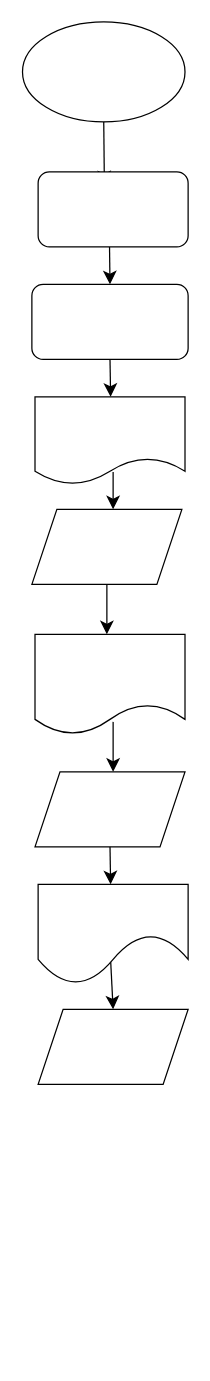
Viridianaaaaaaa/3erasdeMeto keeps this draw.io diagram as Diagrama sin título.drawio. Above is the earlier version. Source tidied: cells renumbered, new cells numbered last; positions are measured from the earlier drawing's top-left corner, leaving out a move shared by most shapes. Both pictures are drawn from the tidied source at 125%, with x=0, y=0 at pixel (22, 21).
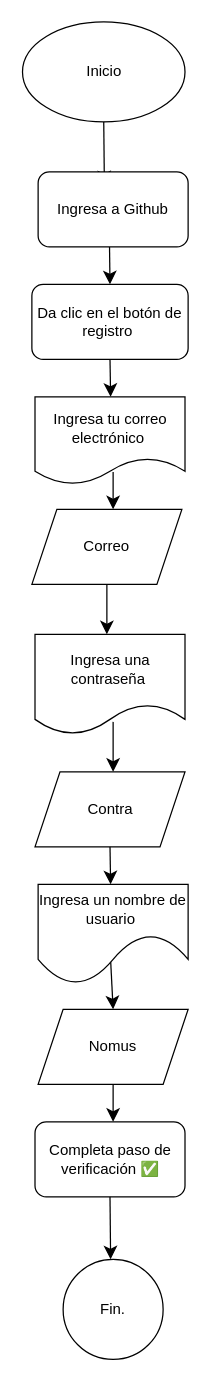
Above is the later version.

Diff of the diagram source:
```diff
@@
-    <mxCell id="2" style="ellipse;whiteSpace=wrap;html=1;" parent="1" vertex="1">
+    <mxCell id="2" value="Inicio" style="ellipse;whiteSpace=wrap;html=1;" parent="1" vertex="1">
       <mxGeometry x="-0.5" width="130" height="80" as="geometry" />
     </mxCell>
@@
-    <mxCell id="4" style="rounded=1;whiteSpace=wrap;html=1;" parent="1" vertex="1">
+    <mxCell id="4" value="Da clic en el botón de registro&amp;nbsp;" style="rounded=1;whiteSpace=wrap;html=1;" parent="1" vertex="1">
       <mxGeometry x="7" y="210" width="125" height="60" as="geometry" />
     </mxCell>
@@
-    <mxCell id="6" style="shape=document;whiteSpace=wrap;html=1;boundedLbl=1;" parent="1" vertex="1">
+    <mxCell id="6" value="Ingresa tu correo electrónico&amp;nbsp;" style="shape=document;whiteSpace=wrap;html=1;boundedLbl=1;" parent="1" vertex="1">
       <mxGeometry x="9.5" y="300" width="120" height="70" as="geometry" />
     </mxCell>
@@
-    <mxCell id="8" style="shape=parallelogram;perimeter=parallelogramPerimeter;whiteSpace=wrap;html=1;fixedSize=1;" parent="1" vertex="1">
+    <mxCell id="8" value="Correo" style="shape=parallelogram;perimeter=parallelogramPerimeter;whiteSpace=wrap;html=1;fixedSize=1;" parent="1" vertex="1">
       <mxGeometry x="7" y="390" width="120" height="60" as="geometry" />
     </mxCell>
@@
-    <mxCell id="10" style="shape=document;whiteSpace=wrap;html=1;boundedLbl=1;" parent="1" vertex="1">
+    <mxCell id="10" value="Ingresa una contraseña&amp;nbsp;" style="shape=document;whiteSpace=wrap;html=1;boundedLbl=1;" parent="1" vertex="1">
       <mxGeometry x="9.5" y="490" width="120" height="80" as="geometry" />
     </mxCell>
@@
-    <mxCell id="12" style="shape=parallelogram;perimeter=parallelogramPerimeter;whiteSpace=wrap;html=1;fixedSize=1;" parent="1" vertex="1">
+    <mxCell id="12" value="Contra" style="shape=parallelogram;perimeter=parallelogramPerimeter;whiteSpace=wrap;html=1;fixedSize=1;" parent="1" vertex="1">
       <mxGeometry x="9.5" y="600" width="120" height="60" as="geometry" />
     </mxCell>
@@
-    <mxCell id="16" style="rounded=1;whiteSpace=wrap;html=1;" parent="1" vertex="1">
+    <mxCell id="16" value="Ingresa a Github" style="rounded=1;whiteSpace=wrap;html=1;" parent="1" vertex="1">
       <mxGeometry x="12" y="120" width="120" height="60" as="geometry" />
     </mxCell>
-    <mxCell id="17" style="shape=document;whiteSpace=wrap;html=1;boundedLbl=1;size=0.5;" parent="1" vertex="1">
+    <mxCell id="17" value="Ingresa un nombre de usuario&amp;nbsp;" style="shape=document;whiteSpace=wrap;html=1;boundedLbl=1;size=0.5;" parent="1" vertex="1">
       <mxGeometry x="12" y="690" width="120" height="80" as="geometry" />
     </mxCell>
-    <mxCell id="18" style="shape=parallelogram;perimeter=parallelogramPerimeter;whiteSpace=wrap;html=1;fixedSize=1;" parent="1" vertex="1">
+    <mxCell id="18" value="Nomus" style="shape=parallelogram;perimeter=parallelogramPerimeter;whiteSpace=wrap;html=1;fixedSize=1;" parent="1" vertex="1">
       <mxGeometry x="12" y="790" width="120" height="60" as="geometry" />
     </mxCell>
+    <mxCell id="19" style="edgeStyle=none;jettySize=auto;html=1;rounded=0;fontSize=12;startSize=8;endSize=8;curved=1;exitX=0.5;exitY=1;exitDx=0;exitDy=0;" parent="1" edge="1" source="18">
+      <mxGeometry relative="1" as="geometry">
+        <mxPoint x="72" y="880" as="targetPoint" />
+      </mxGeometry>
+    </mxCell>
+    <mxCell id="20" value="Completa paso de verificación ✅" style="rounded=1;whiteSpace=wrap;html=1;" parent="1" vertex="1">
+      <mxGeometry x="9.5" y="880" width="120" height="60" as="geometry" />
+    </mxCell>
+    <mxCell id="21" style="edgeStyle=none;jettySize=auto;html=1;rounded=0;fontSize=12;startSize=8;endSize=8;curved=1;exitX=0.5;exitY=1;exitDx=0;exitDy=0;" parent="1" edge="1" source="20">
+      <mxGeometry relative="1" as="geometry">
+        <mxPoint x="70" y="990" as="targetPoint" />
+      </mxGeometry>
+    </mxCell>
+    <mxCell id="22" value="Fin." style="ellipse;whiteSpace=wrap;html=1;" parent="1" vertex="1">
+      <mxGeometry x="32" y="990" width="80" height="80" as="geometry" />
+    </mxCell>
```
